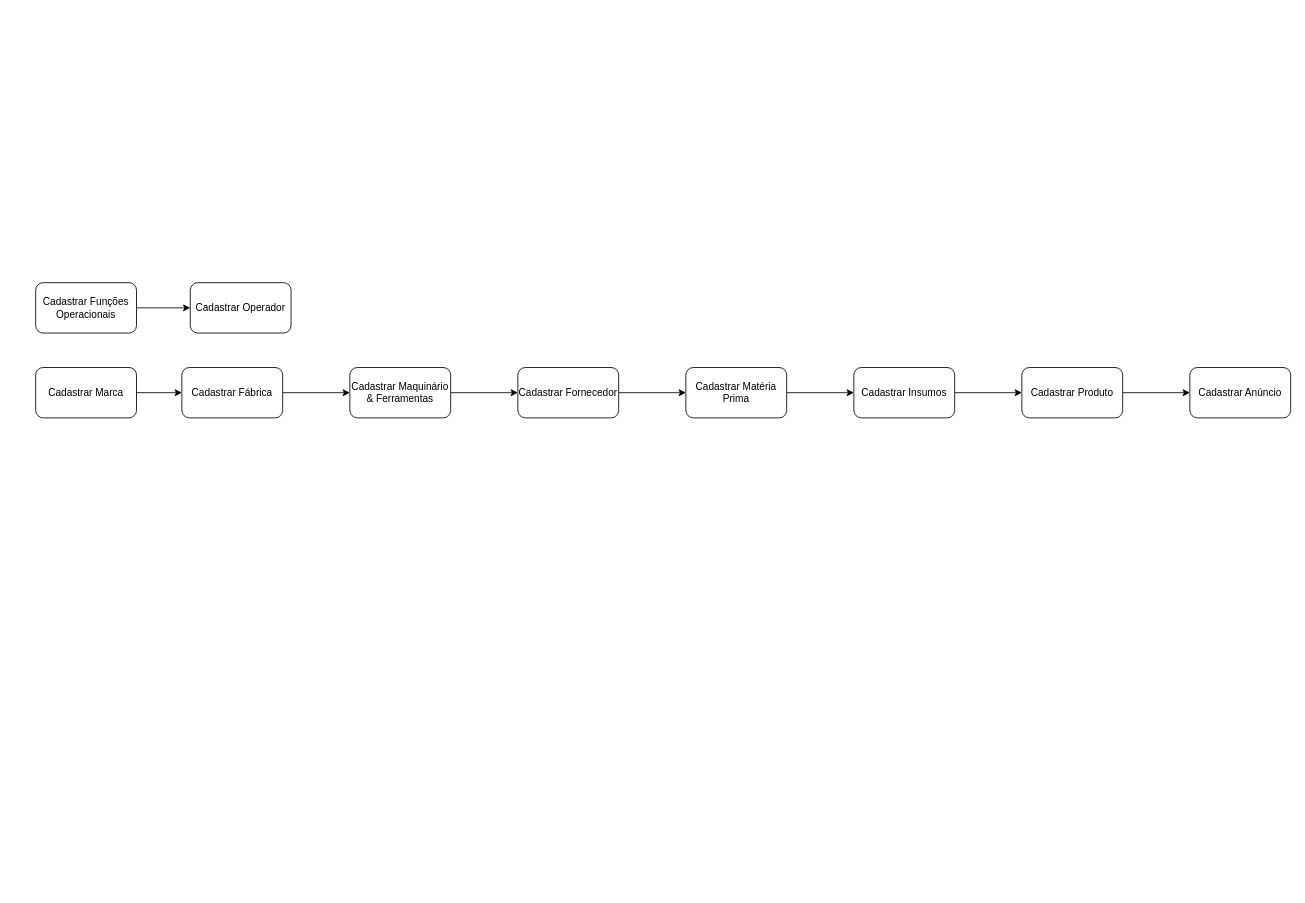
Earlier version of the draw.io diagram page "Fluxo" (1 of 3) of Untitled Diagram.drawio (matheusantonio208/oracule-api). Source tidied: cells renumbered, new cells numbered last; positions are measured from the earlier drawing's top-left corner, leaving out a move shared by most shapes. Both pictures are drawn from the tidied source at 84%, with x=0, y=0 at pixel (35, 282).
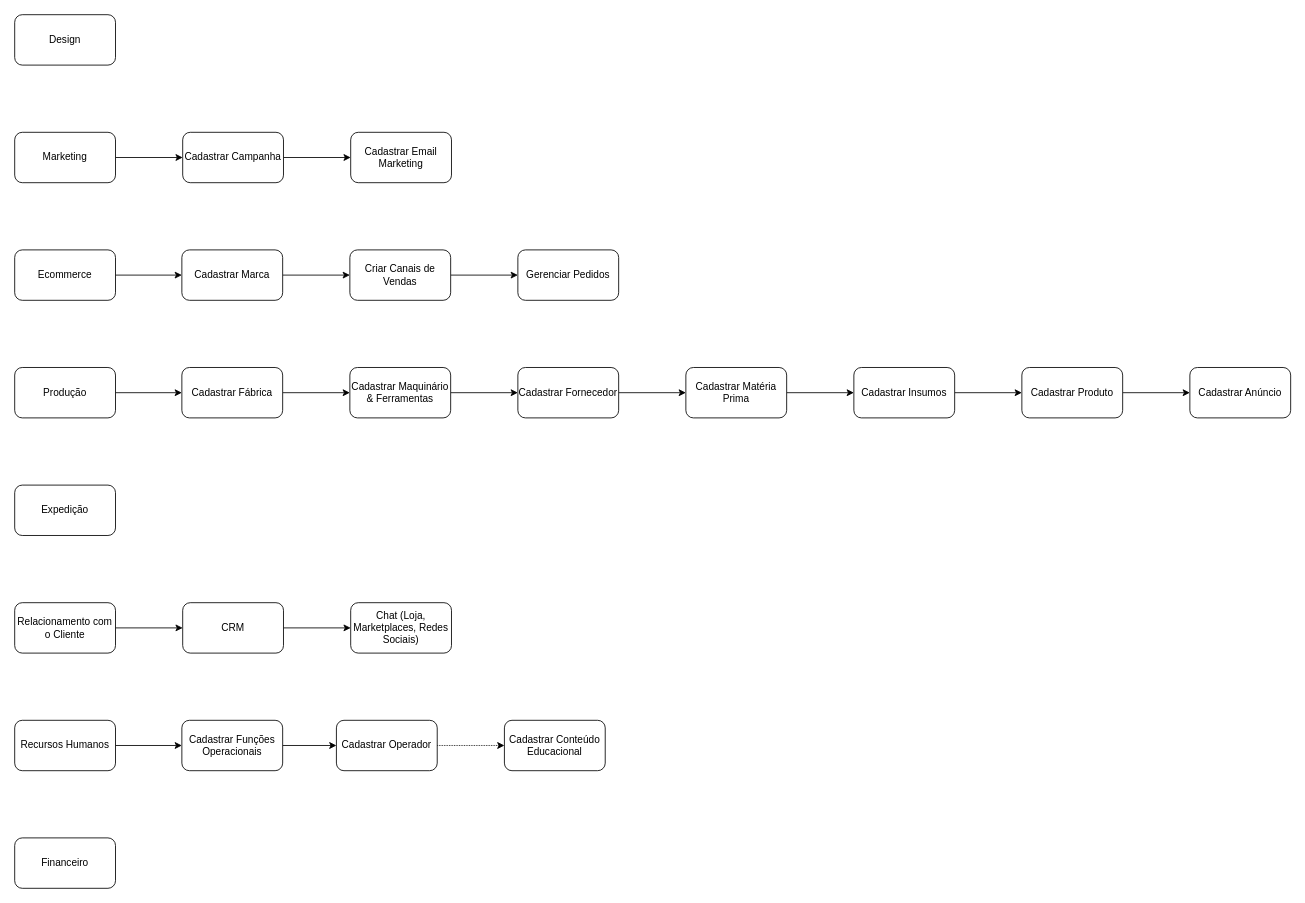
After the change.

Unchanged cells that the change refers to:
```xml
<mxCell id="8" value="Cadastrar Fábrica" style="rounded=1;whiteSpace=wrap;html=1;" parent="1" vertex="1">
  <mxGeometry x="174" y="101" width="120" height="60" as="geometry" />
</mxCell>
```

Diff of the diagram source:
```diff
@@
     <mxCell id="3" value="Cadastrar Funções Operacionais" style="rounded=1;whiteSpace=wrap;html=1;" parent="1" vertex="1">
-      <mxGeometry width="120" height="60" as="geometry" />
+      <mxGeometry x="174" y="521" width="120" height="60" as="geometry" />
     </mxCell>
+    <mxCell id="20" style="edgeStyle=orthogonalEdgeStyle;rounded=0;jettySize=auto;html=1;dashed=1;dashPattern=1 1;strokeWidth=1;" parent="1" edge="1" source="4" target="44">
+      <mxGeometry relative="1" as="geometry" />
+    </mxCell>
     <mxCell id="4" value="Cadastrar Operador" style="rounded=1;whiteSpace=wrap;html=1;" parent="1" vertex="1">
-      <mxGeometry x="184" width="120" height="60" as="geometry" />
+      <mxGeometry x="358" y="521" width="120" height="60" as="geometry" />
     </mxCell>
-    <mxCell id="5" style="edgeStyle=orthogonalEdgeStyle;rounded=0;jettySize=auto;html=1;exitX=1;exitY=0.5;exitDx=0;exitDy=0;" parent="1" edge="1" source="6" target="8">
-      <mxGeometry relative="1" as="geometry" />
-    </mxCell>
+    <mxCell id="21" style="edgeStyle=orthogonalEdgeStyle;rounded=0;jettySize=auto;html=1;" parent="1" edge="1" source="6" target="42">
+      <mxGeometry relative="1" as="geometry" />
+    </mxCell>
     <mxCell id="6" value="Cadastrar Marca" style="rounded=1;whiteSpace=wrap;html=1;" parent="1" vertex="1">
-      <mxGeometry y="101" width="120" height="60" as="geometry" />
+      <mxGeometry x="174" y="-39" width="120" height="60" as="geometry" />
     </mxCell>
@@
+    <mxCell id="22" value="Design" style="whiteSpace=wrap;html=1;rounded=1;" parent="1" vertex="1">
+      <mxGeometry x="-25" y="-319" width="120" height="60" as="geometry" />
+    </mxCell>
+    <mxCell id="23" style="edgeStyle=orthogonalEdgeStyle;rounded=0;jettySize=auto;html=1;" parent="1" edge="1" source="24" target="36">
+      <mxGeometry relative="1" as="geometry" />
+    </mxCell>
+    <mxCell id="24" value="Marketing" style="whiteSpace=wrap;html=1;rounded=1;" parent="1" vertex="1">
+      <mxGeometry x="-25" y="-179" width="120" height="60" as="geometry" />
+    </mxCell>
+    <mxCell id="25" style="edgeStyle=orthogonalEdgeStyle;rounded=0;jettySize=auto;html=1;exitX=1;exitY=0.5;exitDx=0;exitDy=0;" parent="1" edge="1" source="26" target="6">
+      <mxGeometry relative="1" as="geometry" />
+    </mxCell>
+    <mxCell id="26" value="Ecommerce" style="whiteSpace=wrap;html=1;rounded=1;" parent="1" vertex="1">
+      <mxGeometry x="-25" y="-39" width="120" height="60" as="geometry" />
+    </mxCell>
+    <mxCell id="27" style="edgeStyle=orthogonalEdgeStyle;rounded=0;jettySize=auto;html=1;exitX=1;exitY=0.5;exitDx=0;exitDy=0;entryX=0;entryY=0.5;entryDx=0;entryDy=0;" parent="1" edge="1" source="28" target="8">
+      <mxGeometry relative="1" as="geometry" />
+    </mxCell>
+    <mxCell id="28" value="Produção" style="whiteSpace=wrap;html=1;rounded=1;" parent="1" vertex="1">
+      <mxGeometry x="-25" y="101" width="120" height="60" as="geometry" />
+    </mxCell>
+    <mxCell id="29" value="Expedição" style="whiteSpace=wrap;html=1;rounded=1;" parent="1" vertex="1">
+      <mxGeometry x="-25" y="241" width="120" height="60" as="geometry" />
+    </mxCell>
+    <mxCell id="30" style="edgeStyle=orthogonalEdgeStyle;rounded=0;jettySize=auto;html=1;" parent="1" edge="1" source="31" target="39">
+      <mxGeometry relative="1" as="geometry" />
+    </mxCell>
+    <mxCell id="31" value="Relacionamento com o Cliente" style="whiteSpace=wrap;html=1;rounded=1;" parent="1" vertex="1">
+      <mxGeometry x="-25" y="381" width="120" height="60" as="geometry" />
+    </mxCell>
+    <mxCell id="32" style="edgeStyle=orthogonalEdgeStyle;rounded=0;jettySize=auto;html=1;exitX=1;exitY=0.5;exitDx=0;exitDy=0;entryX=0;entryY=0.5;entryDx=0;entryDy=0;" parent="1" edge="1" source="33" target="3">
+      <mxGeometry relative="1" as="geometry" />
+    </mxCell>
+    <mxCell id="33" value="Recursos Humanos" style="whiteSpace=wrap;html=1;rounded=1;" parent="1" vertex="1">
+      <mxGeometry x="-25" y="521" width="120" height="60" as="geometry" />
+    </mxCell>
+    <mxCell id="34" value="Financeiro" style="whiteSpace=wrap;html=1;rounded=1;" parent="1" vertex="1">
+      <mxGeometry x="-25" y="661" width="120" height="60" as="geometry" />
+    </mxCell>
+    <mxCell id="35" style="edgeStyle=orthogonalEdgeStyle;rounded=0;jettySize=auto;html=1;" parent="1" edge="1" source="36" target="37">
+      <mxGeometry relative="1" as="geometry" />
+    </mxCell>
+    <mxCell id="36" value="Cadastrar Campanha" style="whiteSpace=wrap;html=1;rounded=1;" parent="1" vertex="1">
+      <mxGeometry x="175" y="-179" width="120" height="60" as="geometry" />
+    </mxCell>
+    <mxCell id="37" value="Cadastrar Email Marketing" style="whiteSpace=wrap;html=1;rounded=1;" parent="1" vertex="1">
+      <mxGeometry x="375" y="-179" width="120" height="60" as="geometry" />
+    </mxCell>
+    <mxCell id="38" style="edgeStyle=orthogonalEdgeStyle;rounded=0;jettySize=auto;html=1;" parent="1" edge="1" source="39" target="40">
+      <mxGeometry relative="1" as="geometry" />
+    </mxCell>
+    <mxCell id="39" value="CRM" style="whiteSpace=wrap;html=1;rounded=1;" parent="1" vertex="1">
+      <mxGeometry x="175" y="381" width="120" height="60" as="geometry" />
+    </mxCell>
+    <mxCell id="40" value="Chat (Loja, Marketplaces, Redes Sociais)" style="whiteSpace=wrap;html=1;rounded=1;" parent="1" vertex="1">
+      <mxGeometry x="375" y="381" width="120" height="60" as="geometry" />
+    </mxCell>
+    <mxCell id="41" style="edgeStyle=orthogonalEdgeStyle;rounded=0;jettySize=auto;html=1;strokeWidth=1;" parent="1" edge="1" source="42" target="43">
+      <mxGeometry relative="1" as="geometry" />
+    </mxCell>
+    <mxCell id="42" value="Criar Canais de Vendas" style="whiteSpace=wrap;html=1;rounded=1;" parent="1" vertex="1">
+      <mxGeometry x="374" y="-39" width="120" height="60" as="geometry" />
+    </mxCell>
+    <mxCell id="43" value="Gerenciar Pedidos" style="whiteSpace=wrap;html=1;rounded=1;" parent="1" vertex="1">
+      <mxGeometry x="574" y="-39" width="120" height="60" as="geometry" />
+    </mxCell>
+    <mxCell id="44" value="Cadastrar Conteúdo Educacional" style="whiteSpace=wrap;html=1;rounded=1;" parent="1" vertex="1">
+      <mxGeometry x="558" y="521" width="120" height="60" as="geometry" />
+    </mxCell>
```
